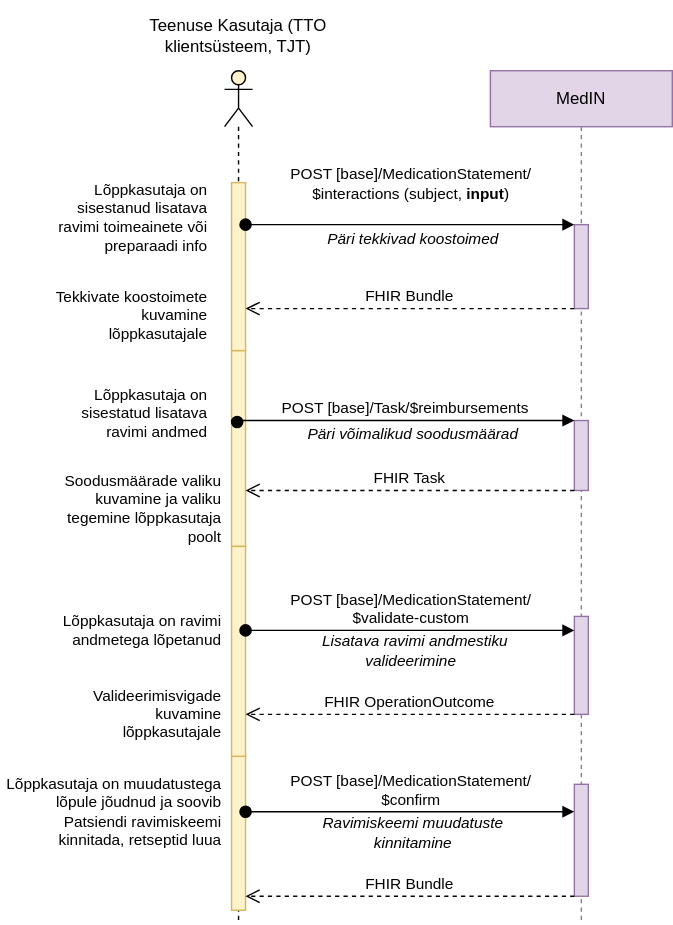
This is input/images/ravimiskeemiravimilisamine.svg from TEHIK-EE/ig-ee-medication-scheme, a draw.io export, as it was before one commit. Source tidied: cells renumbered, new cells last; positions are measured from the earlier drawing's top-left corner, leaving out a move shared by most shapes.
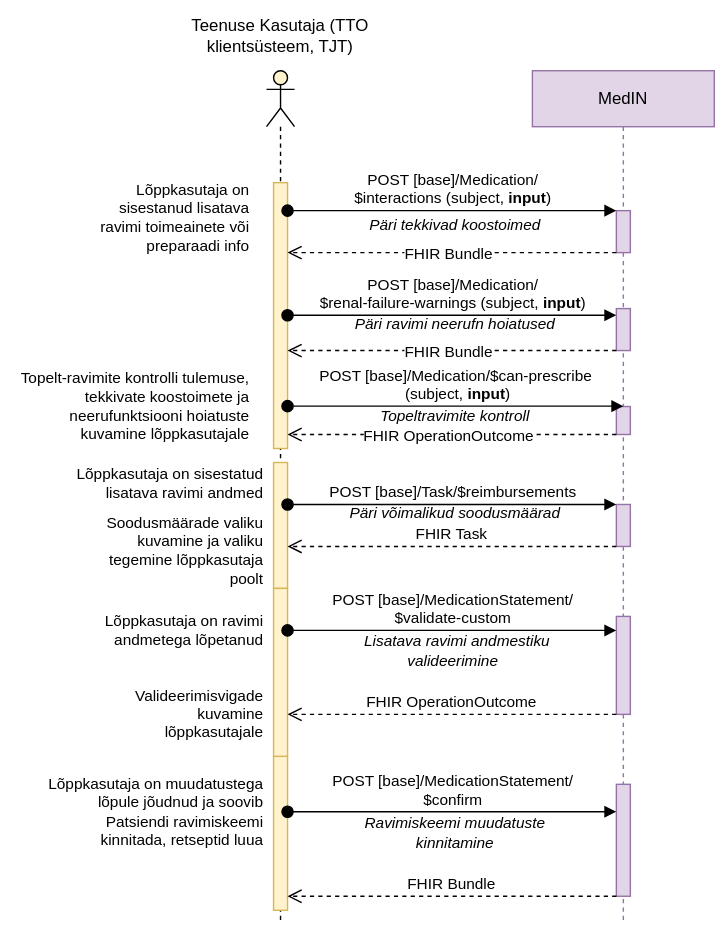
After the commit.

The edit, as a diff of the source:
```diff
@@ -2,67 +2,77 @@
   <root>
     <mxCell id="0" />
     <mxCell id="1" parent="0" />
-    <mxCell id="2" style="shape=umlLifeline;perimeter=lifelinePerimeter;whiteSpace=wrap;html=1;newEdgeStyle={&quot;edgeStyle&quot;:&quot;elbowEdgeStyle&quot;,&quot;elbow&quot;:&quot;vertical&quot;,&quot;curved&quot;:0,&quot;rounded&quot;:0};participant=umlActor;fillColor=#fff2cc;strokeColor=#000000;" parent="1" vertex="1">
-      <mxGeometry x="160" y="50" width="20" height="610" as="geometry" />
-    </mxCell>
-    <mxCell id="3" style="html=1;points=[];perimeter=orthogonalPerimeter;outlineConnect=0;targetShapes=umlLifeline;portConstraint=eastwest;newEdgeStyle={&quot;edgeStyle&quot;:&quot;elbowEdgeStyle&quot;,&quot;elbow&quot;:&quot;vertical&quot;,&quot;curved&quot;:0,&quot;rounded&quot;:0};fillColor=#fff2cc;strokeColor=#d6b656;" parent="2" vertex="1">
-      <mxGeometry x="5" y="200" width="10" height="140" as="geometry" />
-    </mxCell>
+    <mxCell id="31" style="shape=umlLifeline;perimeter=lifelinePerimeter;whiteSpace=wrap;html=1;newEdgeStyle={&quot;edgeStyle&quot;:&quot;elbowEdgeStyle&quot;,&quot;elbow&quot;:&quot;vertical&quot;,&quot;curved&quot;:0,&quot;rounded&quot;:0};participant=umlActor;fillColor=#fff2cc;strokeColor=#000000;" parent="1" vertex="1">
+      <mxGeometry x="160" y="50" width="20" height="610" as="geometry" />
+    </mxCell>
+    <mxCell id="32" style="html=1;points=[];perimeter=orthogonalPerimeter;outlineConnect=0;targetShapes=umlLifeline;portConstraint=eastwest;newEdgeStyle={&quot;edgeStyle&quot;:&quot;elbowEdgeStyle&quot;,&quot;elbow&quot;:&quot;vertical&quot;,&quot;curved&quot;:0,&quot;rounded&quot;:0};fillColor=#fff2cc;strokeColor=#d6b656;" parent="31" vertex="1">
+      <mxGeometry x="5" y="280" width="10" height="90" as="geometry" />
+    </mxCell>
-    <mxCell id="4" style="html=1;points=[];perimeter=orthogonalPerimeter;outlineConnect=0;targetShapes=umlLifeline;portConstraint=eastwest;newEdgeStyle={&quot;edgeStyle&quot;:&quot;elbowEdgeStyle&quot;,&quot;elbow&quot;:&quot;vertical&quot;,&quot;curved&quot;:0,&quot;rounded&quot;:0};fillColor=#fff2cc;strokeColor=#d6b656;" parent="2" vertex="1">
+    <mxCell id="4" style="html=1;points=[];perimeter=orthogonalPerimeter;outlineConnect=0;targetShapes=umlLifeline;portConstraint=eastwest;newEdgeStyle={&quot;edgeStyle&quot;:&quot;elbowEdgeStyle&quot;,&quot;elbow&quot;:&quot;vertical&quot;,&quot;curved&quot;:0,&quot;rounded&quot;:0};fillColor=#fff2cc;strokeColor=#d6b656;" parent="31" vertex="1">
       <mxGeometry x="5" y="490" width="10" height="110" as="geometry" />
     </mxCell>
     <mxCell id="5" value="MedIN" style="shape=umlLifeline;perimeter=lifelinePerimeter;whiteSpace=wrap;html=1;newEdgeStyle={&quot;edgeStyle&quot;:&quot;elbowEdgeStyle&quot;,&quot;elbow&quot;:&quot;vertical&quot;,&quot;curved&quot;:0,&quot;rounded&quot;:0};fillColor=#e1d5e7;strokeColor=#9673a6;" parent="1" vertex="1">
       <mxGeometry x="350" y="50" width="130" height="610" as="geometry" />
     </mxCell>
-    <mxCell id="6" style="html=1;points=[];perimeter=orthogonalPerimeter;outlineConnect=0;targetShapes=umlLifeline;portConstraint=eastwest;newEdgeStyle={&quot;edgeStyle&quot;:&quot;elbowEdgeStyle&quot;,&quot;elbow&quot;:&quot;vertical&quot;,&quot;curved&quot;:0,&quot;rounded&quot;:0};fillColor=#e1d5e7;strokeColor=#9673a6;" parent="5" vertex="1">
-      <mxGeometry x="60" y="110" width="10" height="60" as="geometry" />
-    </mxCell>
+    <mxCell id="33" style="html=1;points=[];perimeter=orthogonalPerimeter;outlineConnect=0;targetShapes=umlLifeline;portConstraint=eastwest;newEdgeStyle={&quot;edgeStyle&quot;:&quot;elbowEdgeStyle&quot;,&quot;elbow&quot;:&quot;vertical&quot;,&quot;curved&quot;:0,&quot;rounded&quot;:0};fillColor=#e1d5e7;strokeColor=#9673a6;" parent="5" vertex="1">
+      <mxGeometry x="60" y="100" width="10" height="30" as="geometry" />
+    </mxCell>
     <mxCell id="7" style="html=1;points=[];perimeter=orthogonalPerimeter;outlineConnect=0;targetShapes=umlLifeline;portConstraint=eastwest;newEdgeStyle={&quot;edgeStyle&quot;:&quot;elbowEdgeStyle&quot;,&quot;elbow&quot;:&quot;vertical&quot;,&quot;curved&quot;:0,&quot;rounded&quot;:0};fillColor=#e1d5e7;strokeColor=#9673a6;" parent="5" vertex="1">
       <mxGeometry x="60" y="390" width="10" height="70" as="geometry" />
     </mxCell>
-    <mxCell id="8" style="html=1;points=[];perimeter=orthogonalPerimeter;outlineConnect=0;targetShapes=umlLifeline;portConstraint=eastwest;newEdgeStyle={&quot;edgeStyle&quot;:&quot;elbowEdgeStyle&quot;,&quot;elbow&quot;:&quot;vertical&quot;,&quot;curved&quot;:0,&quot;rounded&quot;:0};fillColor=#e1d5e7;strokeColor=#9673a6;" parent="5" vertex="1">
-      <mxGeometry x="60" y="250" width="10" height="50" as="geometry" />
-    </mxCell>
+    <mxCell id="34" style="html=1;points=[];perimeter=orthogonalPerimeter;outlineConnect=0;targetShapes=umlLifeline;portConstraint=eastwest;newEdgeStyle={&quot;edgeStyle&quot;:&quot;elbowEdgeStyle&quot;,&quot;elbow&quot;:&quot;vertical&quot;,&quot;curved&quot;:0,&quot;rounded&quot;:0};fillColor=#e1d5e7;strokeColor=#9673a6;" parent="5" vertex="1">
+      <mxGeometry x="60" y="310" width="10" height="30" as="geometry" />
+    </mxCell>
     <mxCell id="9" style="html=1;points=[];perimeter=orthogonalPerimeter;outlineConnect=0;targetShapes=umlLifeline;portConstraint=eastwest;newEdgeStyle={&quot;edgeStyle&quot;:&quot;elbowEdgeStyle&quot;,&quot;elbow&quot;:&quot;vertical&quot;,&quot;curved&quot;:0,&quot;rounded&quot;:0};fillColor=#e1d5e7;strokeColor=#9673a6;" parent="5" vertex="1">
       <mxGeometry x="60" y="510" width="10" height="80" as="geometry" />
     </mxCell>
+    <mxCell id="35" style="html=1;points=[];perimeter=orthogonalPerimeter;outlineConnect=0;targetShapes=umlLifeline;portConstraint=eastwest;newEdgeStyle={&quot;edgeStyle&quot;:&quot;elbowEdgeStyle&quot;,&quot;elbow&quot;:&quot;vertical&quot;,&quot;curved&quot;:0,&quot;rounded&quot;:0};fillColor=#e1d5e7;strokeColor=#9673a6;" parent="5" vertex="1">
+      <mxGeometry x="60" y="170" width="10" height="30" as="geometry" />
+    </mxCell>
+    <mxCell id="36" style="html=1;points=[];perimeter=orthogonalPerimeter;outlineConnect=0;targetShapes=umlLifeline;portConstraint=eastwest;newEdgeStyle={&quot;edgeStyle&quot;:&quot;elbowEdgeStyle&quot;,&quot;elbow&quot;:&quot;vertical&quot;,&quot;curved&quot;:0,&quot;rounded&quot;:0};fillColor=#e1d5e7;strokeColor=#9673a6;" parent="5" vertex="1">
+      <mxGeometry x="60" y="240" width="10" height="20" as="geometry" />
+    </mxCell>
     <mxCell id="10" value="Teenuse Kasutaja (TTO klientsüsteem, TJT)" style="text;html=1;strokeColor=none;fillColor=none;align=center;verticalAlign=middle;whiteSpace=wrap;rounded=0;" parent="1" vertex="1">
       <mxGeometry x="100" width="140" height="50" as="geometry" />
     </mxCell>
-    <mxCell id="11" style="html=1;points=[];perimeter=orthogonalPerimeter;outlineConnect=0;targetShapes=umlLifeline;portConstraint=eastwest;newEdgeStyle={&quot;edgeStyle&quot;:&quot;elbowEdgeStyle&quot;,&quot;elbow&quot;:&quot;vertical&quot;,&quot;curved&quot;:0,&quot;rounded&quot;:0};fillColor=#fff2cc;strokeColor=#d6b656;" parent="1" vertex="1">
-      <mxGeometry x="165" y="130" width="10" height="120" as="geometry" />
-    </mxCell>
+    <mxCell id="37" style="html=1;points=[];perimeter=orthogonalPerimeter;outlineConnect=0;targetShapes=umlLifeline;portConstraint=eastwest;newEdgeStyle={&quot;edgeStyle&quot;:&quot;elbowEdgeStyle&quot;,&quot;elbow&quot;:&quot;vertical&quot;,&quot;curved&quot;:0,&quot;rounded&quot;:0};fillColor=#fff2cc;strokeColor=#d6b656;" parent="1" vertex="1">
+      <mxGeometry x="165" y="130" width="10" height="190" as="geometry" />
+    </mxCell>
     <mxCell id="12" value="Lõppkasutaja on sisestanud lisatava ravimi toimeainete või preparaadi info" style="text;html=1;strokeColor=none;fillColor=none;align=right;verticalAlign=middle;whiteSpace=wrap;rounded=0;fontSize=11;" parent="1" vertex="1">
       <mxGeometry x="30" y="120" width="120" height="70" as="geometry" />
     </mxCell>
-    <mxCell id="13" value="&lt;div&gt;POST [base]/MedicationStatement/&lt;div&gt;$interactions (subject, &lt;b&gt;input&lt;/b&gt;)&lt;/div&gt;&lt;/div&gt;&lt;div&gt;&lt;br&gt;&lt;/div&gt;" style="html=1;verticalAlign=bottom;startArrow=oval;startFill=1;endArrow=block;startSize=8;edgeStyle=elbowEdgeStyle;elbow=vertical;curved=0;rounded=0;" parent="1" edge="1" source="11" target="6">
-      <mxGeometry relative="1" as="geometry">
-        <Array as="points">
-          <mxPoint x="350" y="160" />
-          <mxPoint x="360" y="140" />
-          <mxPoint x="190" y="345" />
-        </Array>
-      </mxGeometry>
-    </mxCell>
-    <mxCell id="14" value="FHIR Bundle" style="html=1;verticalAlign=bottom;endArrow=open;dashed=1;endSize=8;edgeStyle=elbowEdgeStyle;elbow=vertical;curved=0;rounded=0;" parent="1" edge="1" source="6" target="11">
-      <mxGeometry relative="1" as="geometry">
-        <Array as="points">
-          <mxPoint x="350" y="220" />
-          <mxPoint x="380" y="200" />
-          <mxPoint x="260" y="430" />
-        </Array>
-      </mxGeometry>
-    </mxCell>
-    <mxCell id="15" value="Tekkivate koostoimete kuvamine lõppkasutajale" style="text;html=1;strokeColor=none;fillColor=none;align=right;verticalAlign=middle;whiteSpace=wrap;rounded=0;fontSize=11;" parent="1" vertex="1">
-      <mxGeometry x="30" y="210" width="120" height="30" as="geometry" />
-    </mxCell>
-    <mxCell id="16" style="html=1;points=[];perimeter=orthogonalPerimeter;outlineConnect=0;targetShapes=umlLifeline;portConstraint=eastwest;newEdgeStyle={&quot;edgeStyle&quot;:&quot;elbowEdgeStyle&quot;,&quot;elbow&quot;:&quot;vertical&quot;,&quot;curved&quot;:0,&quot;rounded&quot;:0};fillColor=#fff2cc;strokeColor=#d6b656;" parent="1" vertex="1">
-      <mxGeometry x="165" y="390" width="10" height="150" as="geometry" />
-    </mxCell>
+    <mxCell id="38" value="&lt;div&gt;POST [base]/Medication/&lt;div&gt;$interactions (subject, &lt;b&gt;input&lt;/b&gt;)&lt;/div&gt;&lt;/div&gt;" style="html=1;verticalAlign=bottom;startArrow=oval;startFill=1;endArrow=block;startSize=8;edgeStyle=elbowEdgeStyle;elbow=vertical;curved=0;rounded=0;" parent="1" edge="1" source="37" target="33">
+      <mxGeometry relative="1" as="geometry">
+        <Array as="points">
+          <mxPoint x="190" y="150" />
+          <mxPoint x="350" y="160" />
+          <mxPoint x="360" y="140" />
+          <mxPoint x="190" y="345" />
+        </Array>
+      </mxGeometry>
+    </mxCell>
+    <mxCell id="39" value="FHIR Bundle" style="html=1;verticalAlign=bottom;endArrow=open;dashed=1;endSize=8;edgeStyle=elbowEdgeStyle;elbow=vertical;curved=0;rounded=0;" parent="1" edge="1" source="33" target="37">
+      <mxGeometry x="0.02" y="10" relative="1" as="geometry">
+        <Array as="points">
+          <mxPoint x="180" y="180" />
+          <mxPoint x="350" y="170" />
+          <mxPoint x="320" y="190" />
+          <mxPoint x="350" y="220" />
+          <mxPoint x="380" y="200" />
+          <mxPoint x="260" y="430" />
+        </Array>
+      </mxGeometry>
+    </mxCell>
+    <mxCell id="40" value="&lt;div&gt;Topelt-ravimite kontrolli tulemuse,&lt;/div&gt;tekkivate koostoimete ja neerufunktsiooni hoiatuste kuvamine lõppkasutajale" style="text;html=1;strokeColor=none;fillColor=none;align=right;verticalAlign=middle;whiteSpace=wrap;rounded=0;fontSize=11;" parent="1" vertex="1">
+      <mxGeometry x="-30" y="260" width="180" height="60" as="geometry" />
+    </mxCell>
+    <mxCell id="41" style="html=1;points=[];perimeter=orthogonalPerimeter;outlineConnect=0;targetShapes=umlLifeline;portConstraint=eastwest;newEdgeStyle={&quot;edgeStyle&quot;:&quot;elbowEdgeStyle&quot;,&quot;elbow&quot;:&quot;vertical&quot;,&quot;curved&quot;:0,&quot;rounded&quot;:0};fillColor=#fff2cc;strokeColor=#d6b656;" parent="1" vertex="1">
+      <mxGeometry x="165" y="420" width="10" height="120" as="geometry" />
+    </mxCell>
     <mxCell id="17" value="Lõppkasutaja on ravimi andmetega lõpetanud" style="text;html=1;strokeColor=none;fillColor=none;align=right;verticalAlign=middle;whiteSpace=wrap;rounded=0;fontSize=11;" parent="1" vertex="1">
       <mxGeometry x="40" y="430" width="120" height="40" as="geometry" />
     </mxCell>
-    <mxCell id="18" value="POST [base]/MedicationStatement/&lt;div&gt;$validate-custom&lt;br&gt;&lt;/div&gt;" style="html=1;verticalAlign=bottom;startArrow=oval;startFill=1;endArrow=block;startSize=8;edgeStyle=elbowEdgeStyle;elbow=vertical;curved=0;rounded=0;" parent="1" edge="1" source="16" target="7">
+    <mxCell id="18" value="POST [base]/MedicationStatement/&lt;div&gt;$validate-custom&lt;br&gt;&lt;/div&gt;" style="html=1;verticalAlign=bottom;startArrow=oval;startFill=1;endArrow=block;startSize=8;edgeStyle=elbowEdgeStyle;elbow=vertical;curved=0;rounded=0;" parent="1" edge="1" source="41" target="7">
       <mxGeometry relative="1" as="geometry">
         <Array as="points">
           <mxPoint x="320" y="450" />
@@ -71,21 +81,22 @@
         </Array>
       </mxGeometry>
     </mxCell>
-    <mxCell id="19" value="FHIR OperationOutcome" style="html=1;verticalAlign=bottom;endArrow=open;dashed=1;endSize=8;edgeStyle=elbowEdgeStyle;elbow=vertical;curved=0;rounded=0;" parent="1" edge="1" source="7" target="16">
-      <mxGeometry relative="1" as="geometry">
-        <Array as="points">
-          <mxPoint x="360" y="510" />
-          <mxPoint x="330" y="570" />
-          <mxPoint x="295" y="630" />
-        </Array>
-      </mxGeometry>
-    </mxCell>
+    <mxCell id="42" value="FHIR OperationOutcome" style="html=1;verticalAlign=bottom;endArrow=open;dashed=1;endSize=8;edgeStyle=elbowEdgeStyle;elbow=vertical;curved=0;rounded=0;" parent="1" edge="1" source="7" target="41">
+      <mxGeometry relative="1" as="geometry">
+        <Array as="points">
+          <mxPoint x="360" y="510" />
+          <mxPoint x="330" y="570" />
+          <mxPoint x="295" y="630" />
+        </Array>
+      </mxGeometry>
+    </mxCell>
     <mxCell id="20" value="Lõppkasutaja on sisestatud lisatava ravimi andmed" style="text;html=1;strokeColor=none;fillColor=none;align=right;verticalAlign=middle;whiteSpace=wrap;rounded=0;fontSize=11;" parent="1" vertex="1">
-      <mxGeometry x="30" y="280" width="120" height="30" as="geometry" />
+      <mxGeometry x="10" y="330" width="150" height="30" as="geometry" />
     </mxCell>
-    <mxCell id="21" value="&lt;div&gt;POST [base]/Task/$reimbursements&lt;br&gt;&lt;/div&gt;" style="html=1;verticalAlign=bottom;startArrow=oval;startFill=1;endArrow=block;startSize=8;edgeStyle=elbowEdgeStyle;elbow=vertical;curved=0;rounded=0;exitX=0.4;exitY=0.365;exitDx=0;exitDy=0;exitPerimeter=0;" parent="1" edge="1" source="3" target="8">
+    <mxCell id="21" value="&lt;div&gt;POST [base]/Task/$reimbursements&lt;br&gt;&lt;/div&gt;" style="html=1;verticalAlign=bottom;startArrow=oval;startFill=1;endArrow=block;startSize=8;edgeStyle=elbowEdgeStyle;elbow=vertical;curved=0;rounded=0;" parent="1" edge="1" source="32" target="34">
       <mxGeometry relative="1" as="geometry">
         <Array as="points">
+          <mxPoint x="390" y="360" />
           <mxPoint x="355" y="300" />
           <mxPoint x="365" y="280" />
           <mxPoint x="195" y="485" />
@@ -93,14 +104,15 @@
       </mxGeometry>
     </mxCell>
     <mxCell id="22" value="Päri tekkivad koostoimed" style="text;html=1;strokeColor=none;fillColor=none;align=center;verticalAlign=middle;whiteSpace=wrap;rounded=0;fontSize=11;fontStyle=2;" parent="1" vertex="1">
-      <mxGeometry x="210" y="160" width="170" height="20" as="geometry" />
+      <mxGeometry x="210" y="150" width="170" height="20" as="geometry" />
     </mxCell>
     <mxCell id="23" value="Päri võimalikud soodusmäärad" style="text;html=1;strokeColor=none;fillColor=none;align=center;verticalAlign=middle;whiteSpace=wrap;rounded=0;fontSize=11;fontStyle=2;" parent="1" vertex="1">
-      <mxGeometry x="210" y="300" width="170" height="20" as="geometry" />
+      <mxGeometry x="210" y="356" width="170" height="20" as="geometry" />
     </mxCell>
-    <mxCell id="24" value="FHIR Task" style="html=1;verticalAlign=bottom;endArrow=open;dashed=1;endSize=8;edgeStyle=elbowEdgeStyle;elbow=vertical;curved=0;rounded=0;" parent="1" edge="1" source="8" target="3">
+    <mxCell id="24" value="FHIR Task" style="html=1;verticalAlign=bottom;endArrow=open;dashed=1;endSize=8;edgeStyle=elbowEdgeStyle;elbow=vertical;curved=0;rounded=0;" parent="1" edge="1" source="34" target="32">
       <mxGeometry relative="1" as="geometry">
         <Array as="points">
+          <mxPoint x="340" y="390" />
           <mxPoint x="350" y="350" />
           <mxPoint x="385" y="320" />
           <mxPoint x="265" y="550" />
@@ -108,7 +120,7 @@
       </mxGeometry>
     </mxCell>
     <mxCell id="25" value="Soodusmäärade valiku kuvamine ja valiku tegemine lõppkasutaja poolt" style="text;html=1;strokeColor=none;fillColor=none;align=right;verticalAlign=middle;whiteSpace=wrap;rounded=0;fontSize=11;" parent="1" vertex="1">
-      <mxGeometry x="40" y="340" width="120" height="45" as="geometry" />
+      <mxGeometry x="40" y="370" width="120" height="45" as="geometry" />
     </mxCell>
     <mxCell id="26" value="&amp;nbsp;Lisatava ravimi andmestiku valideerimine&amp;nbsp;" style="text;html=1;strokeColor=none;fillColor=none;align=center;verticalAlign=middle;whiteSpace=wrap;rounded=0;fontSize=11;fontStyle=2;" parent="1" vertex="1">
       <mxGeometry x="210" y="450" width="170" height="30" as="geometry" />
@@ -131,15 +143,65 @@
     <mxCell id="30" value="Ravimiskeemi muudatuste kinnitamine" style="text;html=1;strokeColor=none;fillColor=none;align=center;verticalAlign=middle;whiteSpace=wrap;rounded=0;fontSize=11;fontStyle=2;" parent="1" vertex="1">
       <mxGeometry x="210" y="580" width="170" height="30" as="geometry" />
     </mxCell>
-    <mxCell id="31" value="FHIR Bundle" style="html=1;verticalAlign=bottom;endArrow=open;dashed=1;endSize=8;edgeStyle=elbowEdgeStyle;elbow=vertical;curved=0;rounded=0;" parent="1" edge="1" source="9" target="4">
-      <mxGeometry relative="1" as="geometry">
-        <Array as="points">
-          <mxPoint x="360" y="640" />
-          <mxPoint x="350" y="630" />
-          <mxPoint x="320" y="690" />
-          <mxPoint x="285" y="750" />
-        </Array>
-      </mxGeometry>
-    </mxCell>
+    <mxCell id="43" value="FHIR Bundle" style="html=1;verticalAlign=bottom;endArrow=open;dashed=1;endSize=8;edgeStyle=elbowEdgeStyle;elbow=vertical;curved=0;rounded=0;" parent="1" edge="1" source="9" target="4">
+      <mxGeometry relative="1" as="geometry">
+        <Array as="points">
+          <mxPoint x="360" y="640" />
+          <mxPoint x="350" y="630" />
+          <mxPoint x="320" y="690" />
+          <mxPoint x="285" y="750" />
+        </Array>
+      </mxGeometry>
+    </mxCell>
+    <mxCell id="44" value="&lt;div&gt;POST [base]/Medication/&lt;div&gt;$renal-failure-warnings (subject, &lt;b&gt;input&lt;/b&gt;)&lt;/div&gt;&lt;/div&gt;" style="html=1;verticalAlign=bottom;startArrow=oval;startFill=1;endArrow=block;startSize=8;edgeStyle=elbowEdgeStyle;elbow=vertical;curved=0;rounded=0;" parent="1" edge="1" source="37" target="35">
+      <mxGeometry relative="1" as="geometry">
+        <Array as="points">
+          <mxPoint x="192.5" y="224.8" />
+          <mxPoint x="352.5" y="234.8" />
+          <mxPoint x="362.5" y="214.8" />
+          <mxPoint x="192.5" y="419.8" />
+        </Array>
+      </mxGeometry>
+    </mxCell>
+    <mxCell id="45" value="Päri ravimi neerufn hoiatused" style="text;html=1;strokeColor=none;fillColor=none;align=center;verticalAlign=middle;whiteSpace=wrap;rounded=0;fontSize=11;fontStyle=2;" parent="1" vertex="1">
+      <mxGeometry x="210" y="221" width="170" height="20" as="geometry" />
+    </mxCell>
+    <mxCell id="46" value="FHIR Bundle" style="html=1;verticalAlign=bottom;endArrow=open;dashed=1;endSize=8;edgeStyle=elbowEdgeStyle;elbow=vertical;curved=0;rounded=0;" parent="1" edge="1" source="35" target="37">
+      <mxGeometry x="0.02" y="10" relative="1" as="geometry">
+        <Array as="points">
+          <mxPoint x="180" y="250" />
+          <mxPoint x="350" y="240" />
+          <mxPoint x="320" y="260" />
+          <mxPoint x="350" y="290" />
+          <mxPoint x="380" y="270" />
+          <mxPoint x="260" y="500" />
+        </Array>
+      </mxGeometry>
+    </mxCell>
+    <mxCell id="47" value="&lt;div&gt;POST [base]/Medication/$can-prescribe&lt;div&gt;&amp;nbsp;(subject, &lt;b&gt;input&lt;/b&gt;)&lt;/div&gt;&lt;/div&gt;" style="html=1;verticalAlign=bottom;startArrow=oval;startFill=1;endArrow=block;startSize=8;edgeStyle=elbowEdgeStyle;elbow=vertical;curved=0;rounded=0;" parent="1" edge="1" source="37" target="36">
+      <mxGeometry relative="1" as="geometry">
+        <Array as="points">
+          <mxPoint x="192.5" y="289.7" />
+          <mxPoint x="352.5" y="299.7" />
+          <mxPoint x="362.5" y="279.7" />
+          <mxPoint x="192.5" y="484.7" />
+        </Array>
+      </mxGeometry>
+    </mxCell>
+    <mxCell id="48" value="Topeltravimite kontroll" style="text;html=1;strokeColor=none;fillColor=none;align=center;verticalAlign=middle;whiteSpace=wrap;rounded=0;fontSize=11;fontStyle=2;" parent="1" vertex="1">
+      <mxGeometry x="210" y="287" width="170" height="20" as="geometry" />
+    </mxCell>
+    <mxCell id="49" value="FHIR OperationOutcome" style="html=1;verticalAlign=bottom;endArrow=open;dashed=1;endSize=8;edgeStyle=elbowEdgeStyle;elbow=vertical;curved=0;rounded=0;" parent="1" edge="1" source="36" target="37">
+      <mxGeometry x="0.02" y="10" relative="1" as="geometry">
+        <Array as="points">
+          <mxPoint x="180" y="310" />
+          <mxPoint x="350" y="300" />
+          <mxPoint x="320" y="320" />
+          <mxPoint x="350" y="350" />
+          <mxPoint x="380" y="330" />
+          <mxPoint x="260" y="560" />
+        </Array>
+      </mxGeometry>
+    </mxCell>
   </root>
 </mxGraphModel>
```
